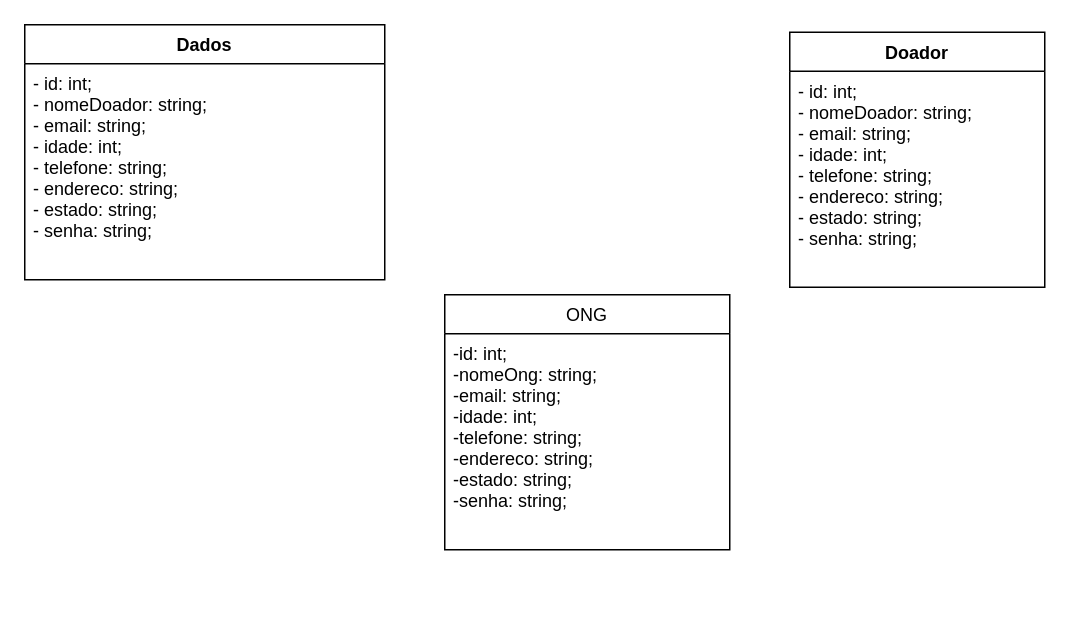
Earlier version of the draw.io diagram Modelagem-dados/Inclusion.drawio (Lucas-Braz7x/Inclusion). Source tidied: cells renumbered, new cells numbered last; positions are measured from the earlier drawing's top-left corner, leaving out a move shared by most shapes. Both pictures are drawn from the tidied source at 150%, with x=0, y=0 at pixel (24, 24).
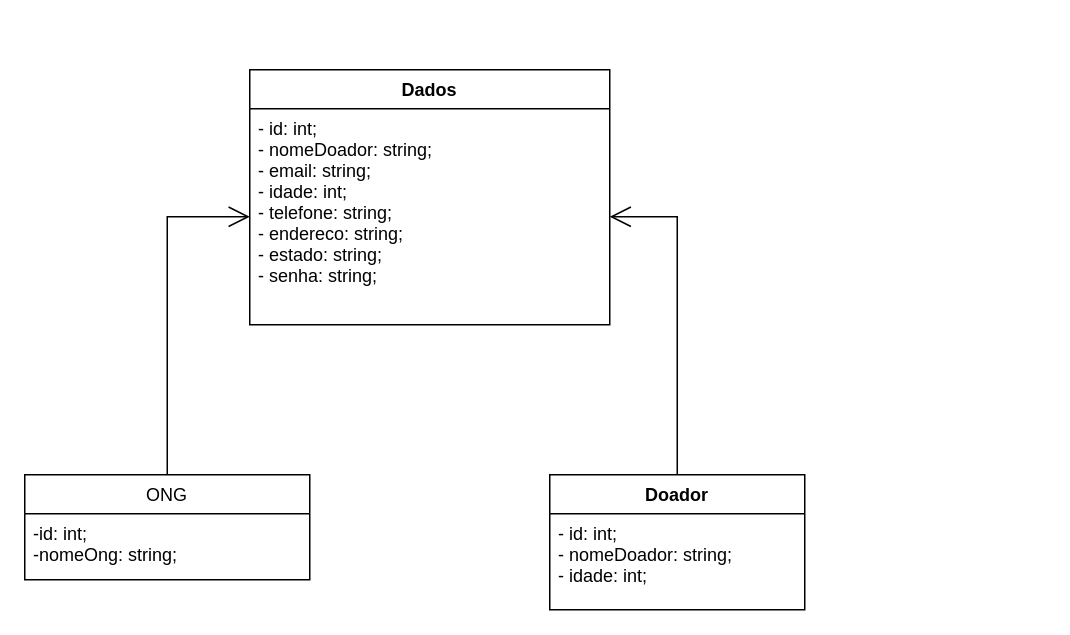
The same page after the edit.

Commit message (it also covers changes not shown here):
Atualizando UML, gerando scripts SQL e Diagrama MER

Change to the diagram source:
```diff
@@
 <mxGraphModel>
   <root>
     <mxCell id="0" />
     <mxCell id="1" parent="0" />
     <mxCell id="2" value="Dados" style="swimlane;fontStyle=1;align=center;verticalAlign=top;horizontal=1;startSize=26;" parent="1" vertex="1">
-      <mxGeometry width="240" height="170" as="geometry" />
+      <mxGeometry x="150" y="30" width="240" height="170" as="geometry" />
     </mxCell>
     <mxCell id="3" value="Doador" style="swimlane;fontStyle=1;align=center;verticalAlign=top;horizontal=1;startSize=26;" parent="1" vertex="1">
-      <mxGeometry x="510" y="5" width="170" height="170" as="geometry" />
+      <mxGeometry x="350" y="300" width="170" height="90" as="geometry" />
     </mxCell>
-    <mxCell id="4" value="- id: int;&#10;- nomeDoador: string;&#10;- email: string;&#10;- idade: int;&#10;- telefone: string;&#10;- endereco: string;&#10;- estado: string;&#10;- senha: string;&#10; " style="text;strokeColor=none;fillColor=none;align=left;verticalAlign=top;spacingLeft=4;spacingRight=4;overflow=hidden;" parent="3" vertex="1">
-      <mxGeometry y="26" width="170" height="144" as="geometry" />
+    <mxCell id="4" value="- id: int;&#10;- nomeDoador: string;&#10;- idade: int;" style="text;strokeColor=none;fillColor=none;align=left;verticalAlign=top;spacingLeft=4;spacingRight=4;overflow=hidden;" parent="3" vertex="1">
+      <mxGeometry y="26" width="170" height="64" as="geometry" />
     </mxCell>
     <mxCell id="5" value="ONG" style="swimlane;fontStyle=0;horizontal=1;startSize=26;fillColor=none;" parent="1" vertex="1">
-      <mxGeometry x="280" y="180" width="190" height="170" as="geometry" />
+      <mxGeometry y="300" width="190" height="70" as="geometry" />
     </mxCell>
-    <mxCell id="6" value="-id: int;&#10;-nomeOng: string;&#10;-email: string;&#10;-idade: int;&#10;-telefone: string;&#10;-endereco: string;&#10;-estado: string;&#10;-senha: string;&#10;" style="text;strokeColor=none;fillColor=none;align=left;verticalAlign=top;spacingLeft=4;spacingRight=4;overflow=hidden;" parent="5" vertex="1">
-      <mxGeometry y="26" width="190" height="144" as="geometry" />
+    <mxCell id="6" value="-id: int;&#10;-nomeOng: string;&#10;" style="text;strokeColor=none;fillColor=none;align=left;verticalAlign=top;spacingLeft=4;spacingRight=4;overflow=hidden;" parent="5" vertex="1">
+      <mxGeometry y="26" width="190" height="44" as="geometry" />
     </mxCell>
     <mxCell id="7" value="- id: int;&#10;- nomeDoador: string;&#10;- email: string;&#10;- idade: int;&#10;- telefone: string;&#10;- endereco: string;&#10;- estado: string;&#10;- senha: string;&#10;" style="text;strokeColor=none;fillColor=none;align=left;verticalAlign=top;spacingLeft=4;spacingRight=4;overflow=hidden;points=[[0,0.5],[1,0.5]];portConstraint=eastwest;" parent="1" vertex="1">
-      <mxGeometry y="26" width="240" height="144" as="geometry" />
+      <mxGeometry x="150" y="56" width="240" height="144" as="geometry" />
     </mxCell>
+    <mxCell id="8" style="endArrow=open;endFill=1;endSize=12;html=1;rounded=0;exitX=0.5;exitY=0;exitDx=0;exitDy=0;entryX=0;entryY=0.5;entryDx=0;entryDy=0;" parent="1" edge="1" source="5" target="7">
+      <mxGeometry relative="1" as="geometry">
+        <Array as="points">
+          <mxPoint x="95" y="128" />
+        </Array>
+      </mxGeometry>
+    </mxCell>
+    <mxCell id="9" style="endArrow=open;endFill=1;endSize=12;html=1;rounded=0;exitX=0.5;exitY=0;exitDx=0;exitDy=0;entryX=1;entryY=0.5;entryDx=0;entryDy=0;" parent="1" edge="1" source="3" target="7">
+      <mxGeometry relative="1" as="geometry">
+        <Array as="points">
+          <mxPoint x="435" y="128" />
+        </Array>
+      </mxGeometry>
+    </mxCell>
   </root>
 </mxGraphModel>
```
